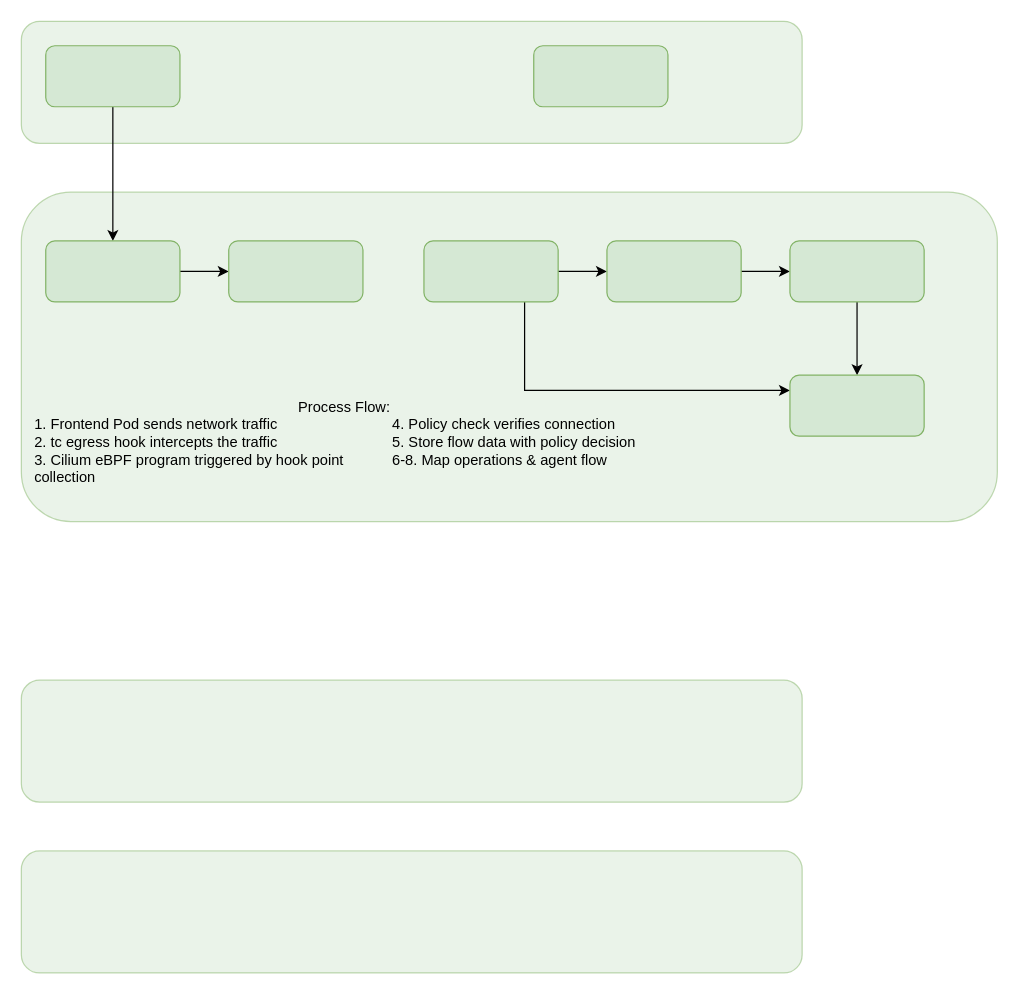
Before: Cilium_eBPF/Cilium eBPF.drawio in abdullah-4Mohammed/eBPF_diagrams_Html, a draw.io diagram. Source tidied: cells renumbered, new cells numbered last; positions are measured from the earlier drawing's top-left corner, leaving out a move shared by most shapes. Both pictures are drawn from the tidied source at 122%, with x=0, y=0 at pixel (21, 21).
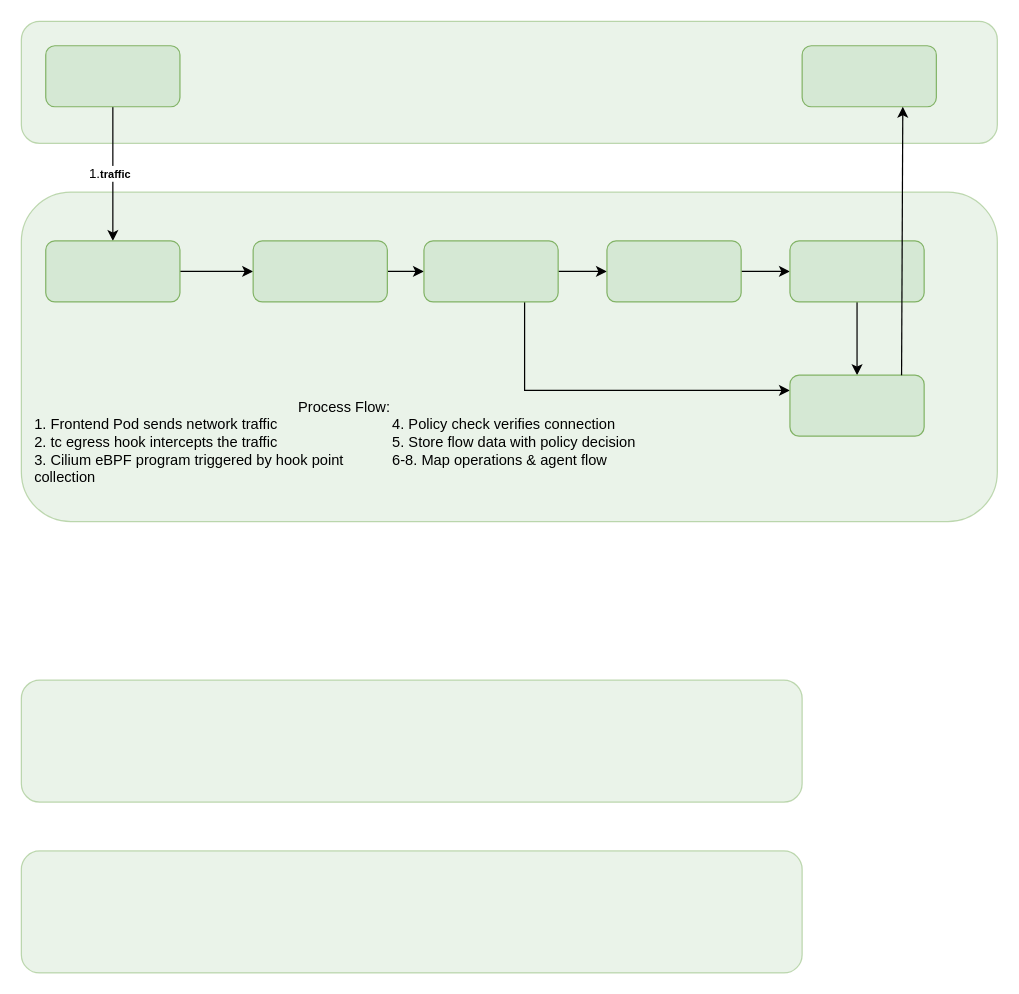
After the change.

The change refers to these unchanged cells:
```xml
<mxCell id="4" style="edgeStyle=orthogonalEdgeStyle;rounded=0;jettySize=auto;html=1;" parent="1" edge="1" source="5" target="10">
  <mxGeometry relative="1" as="geometry" />
</mxCell>
<mxCell id="10" style="rounded=1;whiteSpace=wrap;html=1;fillColor=#d5e8d4;strokeColor=#82b366;" parent="1" vertex="1">
  <mxGeometry x="20" y="180" width="110" height="50" as="geometry" />
</mxCell>
<mxCell id="15" style="rounded=1;whiteSpace=wrap;html=1;fillColor=#d5e8d4;strokeColor=#82b366;" parent="1" vertex="1">
  <mxGeometry x="330" y="180" width="110" height="50" as="geometry" />
</mxCell>
```

What changed in the source:
```diff
@@
+    <mxCell id="6" style="rounded=1;whiteSpace=wrap;html=1;fillColor=#d5e8d4;strokeColor=#82b366;glass=0;shadow=0;opacity=50;" parent="1" vertex="1">
+      <mxGeometry y="540" width="640" height="100" as="geometry" />
+    </mxCell>
+    <mxCell id="7" style="rounded=1;whiteSpace=wrap;html=1;fillColor=#d5e8d4;strokeColor=#82b366;glass=0;shadow=0;opacity=50;" parent="1" vertex="1">
+      <mxGeometry y="680" width="640" height="100" as="geometry" />
+    </mxCell>
@@
     <mxCell id="3" style="rounded=1;whiteSpace=wrap;html=1;fillColor=#d5e8d4;strokeColor=#82b366;glass=0;shadow=0;opacity=50;" parent="1" vertex="1">
-      <mxGeometry width="640" height="100" as="geometry" />
+      <mxGeometry width="800" height="100" as="geometry" />
     </mxCell>
@@
+    <mxCell id="22" value="1.&lt;span style=&quot;font-family: Arial, sans-serif; font-size: 9px; font-weight: 700; text-align: start;&quot;&gt;traffic&lt;/span&gt;&amp;nbsp;" style="edgeLabel;html=1;align=center;verticalAlign=middle;" parent="4" vertex="1">
+      <mxGeometry x="-0.02" y="-2" relative="1" as="geometry" />
+    </mxCell>
@@
-    <mxCell id="6" style="rounded=1;whiteSpace=wrap;html=1;fillColor=#d5e8d4;strokeColor=#82b366;glass=0;shadow=0;opacity=50;" parent="1" vertex="1">
-      <mxGeometry y="540" width="640" height="100" as="geometry" />
-    </mxCell>
-    <mxCell id="7" style="rounded=1;whiteSpace=wrap;html=1;fillColor=#d5e8d4;strokeColor=#82b366;glass=0;shadow=0;opacity=50;" parent="1" vertex="1">
-      <mxGeometry y="680" width="640" height="100" as="geometry" />
-    </mxCell>
     <mxCell id="8" style="rounded=1;whiteSpace=wrap;html=1;fillColor=#d5e8d4;strokeColor=#82b366;" parent="1" vertex="1">
-      <mxGeometry x="420" y="20" width="110" height="50" as="geometry" />
+      <mxGeometry x="640" y="20" width="110" height="50" as="geometry" />
     </mxCell>
-    <mxCell id="9" style="edgeStyle=orthogonalEdgeStyle;rounded=0;jettySize=auto;html=1;" parent="1" edge="1" source="10" target="12">
+    <mxCell id="9" style="edgeStyle=none;shape=connector;rounded=0;jettySize=auto;html=1;strokeColor=default;align=center;verticalAlign=middle;fontFamily=Helvetica;fontSize=11;fontColor=default;labelBackgroundColor=default;endArrow=classic;" parent="1" edge="1" source="10" target="12">
       <mxGeometry relative="1" as="geometry" />
     </mxCell>
@@
-    <mxCell id="11" style="edgeStyle=orthogonalEdgeStyle;rounded=0;orthogonalLoop=1;jettySize=auto;html=1;" parent="1" edge="1">
-      <mxGeometry relative="1" as="geometry">
-        <mxPoint x="170" y="220" as="sourcePoint" />
-        <mxPoint x="220" y="220" as="targetPoint" />
-      </mxGeometry>
-    </mxCell>
+    <mxCell id="23" style="edgeStyle=orthogonalEdgeStyle;rounded=0;jettySize=auto;html=1;" parent="1" edge="1" source="12" target="15">
+      <mxGeometry relative="1" as="geometry" />
+    </mxCell>
     <mxCell id="12" style="rounded=1;whiteSpace=wrap;html=1;fillColor=#d5e8d4;strokeColor=#82b366;" parent="1" vertex="1">
-      <mxGeometry x="170" y="180" width="110" height="50" as="geometry" />
+      <mxGeometry x="190" y="180" width="110" height="50" as="geometry" />
     </mxCell>
@@
-    <mxCell id="19" style="rounded=1;whiteSpace=wrap;html=1;fillColor=#d5e8d4;strokeColor=#82b366;" parent="1" vertex="1">
-      <mxGeometry x="630" y="180" width="110" height="50" as="geometry" />
-    </mxCell>
@@
+    <mxCell id="19" style="rounded=1;whiteSpace=wrap;html=1;fillColor=#d5e8d4;strokeColor=#82b366;" parent="1" vertex="1">
+      <mxGeometry x="630" y="180" width="110" height="50" as="geometry" />
+    </mxCell>
+    <mxCell id="24" style="endArrow=classic;html=1;rounded=0;entryX=0.75;entryY=1;entryDx=0;entryDy=0;exitX=0.855;exitY=0.047;exitDx=0;exitDy=0;exitPerimeter=0;" parent="1" edge="1" target="8">
+      <mxGeometry relative="1" as="geometry">
+        <mxPoint x="721.5" y="290" as="sourcePoint" />
+      </mxGeometry>
+    </mxCell>
```
